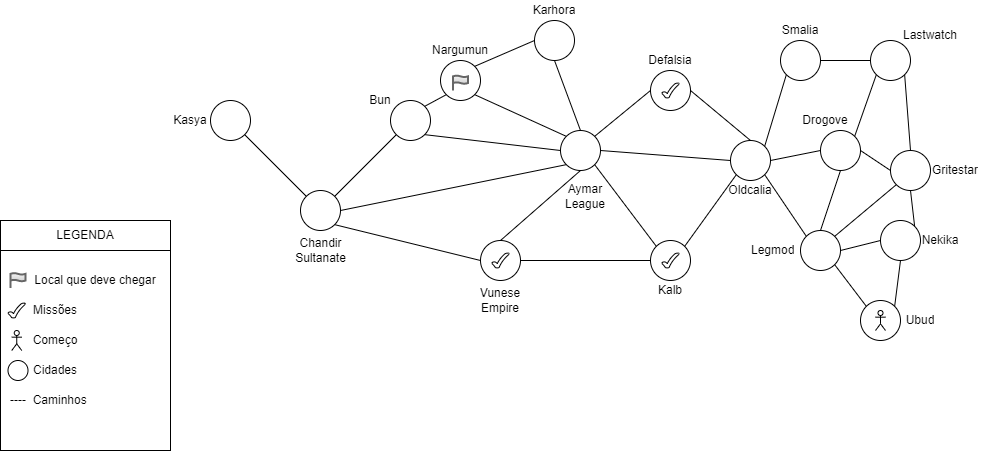
This is assets/map.png from St4ck-UnderFlow/projeto-java, a draw.io export, as it was before one commit. Source tidied: cells renumbered, new cells last; positions are measured from the earlier drawing's top-left corner, leaving out a move shared by most shapes. Source of this version:
```xml
<mxGraphModel background="#ffffff">
  <root>
    <mxCell id="0" />
    <mxCell id="1" parent="0" />
    <mxCell id="2" style="ellipse;whiteSpace=wrap;html=1;" parent="1" vertex="1">
      <mxGeometry x="210" y="100" width="40" height="40" as="geometry" />
    </mxCell>
    <mxCell id="3" style="ellipse;whiteSpace=wrap;html=1;" parent="1" vertex="1">
      <mxGeometry x="300" y="190" width="40" height="40" as="geometry" />
    </mxCell>
    <mxCell id="4" style="ellipse;whiteSpace=wrap;html=1;" parent="1" vertex="1">
      <mxGeometry x="390" y="100" width="40" height="40" as="geometry" />
    </mxCell>
    <mxCell id="5" style="ellipse;whiteSpace=wrap;html=1;" parent="1" vertex="1">
      <mxGeometry x="440" y="60" width="40" height="40" as="geometry" />
    </mxCell>
    <mxCell id="6" style="ellipse;whiteSpace=wrap;html=1;" parent="1" vertex="1">
      <mxGeometry x="534" y="20" width="40" height="40" as="geometry" />
    </mxCell>
    <mxCell id="7" style="ellipse;whiteSpace=wrap;html=1;" parent="1" vertex="1">
      <mxGeometry x="560" y="130" width="40" height="40" as="geometry" />
    </mxCell>
    <mxCell id="8" style="ellipse;whiteSpace=wrap;html=1;" parent="1" vertex="1">
      <mxGeometry x="480" y="240" width="40" height="40" as="geometry" />
    </mxCell>
    <mxCell id="9" style="ellipse;whiteSpace=wrap;html=1;" parent="1" vertex="1">
      <mxGeometry x="650" y="240" width="40" height="40" as="geometry" />
    </mxCell>
    <mxCell id="10" style="ellipse;whiteSpace=wrap;html=1;" parent="1" vertex="1">
      <mxGeometry x="650" y="70" width="40" height="40" as="geometry" />
    </mxCell>
    <mxCell id="11" style="ellipse;whiteSpace=wrap;html=1;" parent="1" vertex="1">
      <mxGeometry x="730" y="140" width="40" height="40" as="geometry" />
    </mxCell>
    <mxCell id="12" style="edgeStyle=orthogonalEdgeStyle;rounded=0;jettySize=auto;html=1;exitX=1;exitY=0.5;exitDx=0;exitDy=0;entryX=0;entryY=0.5;entryDx=0;entryDy=0;endArrow=none;endFill=0;" parent="1" edge="1" source="13" target="14">
      <mxGeometry relative="1" as="geometry" />
    </mxCell>
    <mxCell id="13" style="ellipse;whiteSpace=wrap;html=1;" parent="1" vertex="1">
      <mxGeometry x="780" y="40" width="40" height="40" as="geometry" />
    </mxCell>
    <mxCell id="14" style="ellipse;whiteSpace=wrap;html=1;" parent="1" vertex="1">
      <mxGeometry x="870" y="40" width="40" height="40" as="geometry" />
    </mxCell>
    <mxCell id="15" style="ellipse;whiteSpace=wrap;html=1;" parent="1" vertex="1">
      <mxGeometry x="820" y="130" width="40" height="40" as="geometry" />
    </mxCell>
    <mxCell id="16" style="ellipse;whiteSpace=wrap;html=1;" parent="1" vertex="1">
      <mxGeometry x="890" y="150" width="40" height="40" as="geometry" />
    </mxCell>
    <mxCell id="17" style="ellipse;whiteSpace=wrap;html=1;" parent="1" vertex="1">
      <mxGeometry x="800" y="230" width="40" height="40" as="geometry" />
    </mxCell>
    <mxCell id="18" style="ellipse;whiteSpace=wrap;html=1;" parent="1" vertex="1">
      <mxGeometry x="880" y="220" width="40" height="40" as="geometry" />
    </mxCell>
    <mxCell id="19" style="ellipse;whiteSpace=wrap;html=1;" parent="1" vertex="1">
      <mxGeometry x="860" y="300" width="40" height="40" as="geometry" />
    </mxCell>
    <object id="20" label="Kasya" name="Variable" placeholders="1">
      <mxCell style="text;html=1;strokeColor=none;fillColor=none;align=center;verticalAlign=middle;whiteSpace=wrap;overflow=hidden;" parent="1" vertex="1">
        <mxGeometry x="170" y="110" width="40" height="20" as="geometry" />
      </mxCell>
    </object>
    <object id="21" label="Chandir Sultanate" name="Variable" placeholders="1">
      <mxCell style="text;html=1;strokeColor=none;fillColor=none;align=center;verticalAlign=middle;whiteSpace=wrap;overflow=hidden;" parent="1" vertex="1">
        <mxGeometry x="292.5" y="230" width="55" height="40" as="geometry" />
      </mxCell>
    </object>
    <object id="22" label="Bun" name="Variable" placeholders="1">
      <mxCell style="text;html=1;strokeColor=none;fillColor=none;align=center;verticalAlign=middle;whiteSpace=wrap;overflow=hidden;" parent="1" vertex="1">
        <mxGeometry x="360" y="90" width="40" height="20" as="geometry" />
      </mxCell>
    </object>
    <object id="23" label="Nargumun" name="Variable" placeholders="1">
      <mxCell style="text;html=1;strokeColor=none;fillColor=none;align=center;verticalAlign=middle;whiteSpace=wrap;overflow=hidden;" parent="1" vertex="1">
        <mxGeometry x="430" y="40" width="60" height="20" as="geometry" />
      </mxCell>
    </object>
    <object id="24" label="Karhora" name="Variable" placeholders="1">
      <mxCell style="text;html=1;strokeColor=none;fillColor=none;align=center;verticalAlign=middle;whiteSpace=wrap;overflow=hidden;" parent="1" vertex="1">
        <mxGeometry x="531" width="46" height="20" as="geometry" />
      </mxCell>
    </object>
    <object id="25" label="Aymar League" name="Variable" placeholders="1">
      <mxCell style="text;html=1;strokeColor=none;fillColor=none;align=center;verticalAlign=middle;whiteSpace=wrap;overflow=hidden;" parent="1" vertex="1">
        <mxGeometry x="560" y="180" width="50" height="33" as="geometry" />
      </mxCell>
    </object>
    <object id="26" label="Defalsia" name="Variable" placeholders="1">
      <mxCell style="text;html=1;strokeColor=none;fillColor=none;align=center;verticalAlign=middle;whiteSpace=wrap;overflow=hidden;" parent="1" vertex="1">
        <mxGeometry x="645" y="50" width="50" height="20" as="geometry" />
      </mxCell>
    </object>
    <object id="27" label="Smalia" name="Variable" placeholders="1">
      <mxCell style="text;html=1;strokeColor=none;fillColor=none;align=center;verticalAlign=middle;whiteSpace=wrap;overflow=hidden;" parent="1" vertex="1">
        <mxGeometry x="780" y="20" width="40" height="20" as="geometry" />
      </mxCell>
    </object>
    <object id="28" label="Lastwatch" name="Variable" placeholders="1">
      <mxCell style="text;html=1;strokeColor=none;fillColor=none;align=center;verticalAlign=middle;whiteSpace=wrap;overflow=hidden;" parent="1" vertex="1">
        <mxGeometry x="900" y="25" width="60" height="20" as="geometry" />
      </mxCell>
    </object>
    <object id="29" label="Drogove" name="Variable" placeholders="1">
      <mxCell style="text;html=1;strokeColor=none;fillColor=none;align=center;verticalAlign=middle;whiteSpace=wrap;overflow=hidden;rotation=0;" parent="1" vertex="1">
        <mxGeometry x="800" y="110" width="50" height="20" as="geometry" />
      </mxCell>
    </object>
    <object id="30" label="Gritestar" name="Variable" placeholders="1">
      <mxCell style="text;html=1;strokeColor=none;fillColor=none;align=center;verticalAlign=middle;whiteSpace=wrap;overflow=hidden;" parent="1" vertex="1">
        <mxGeometry x="930" y="160" width="50" height="20" as="geometry" />
      </mxCell>
    </object>
    <object id="31" label="Nekika" name="Variable" placeholders="1">
      <mxCell style="text;html=1;strokeColor=none;fillColor=none;align=center;verticalAlign=middle;whiteSpace=wrap;overflow=hidden;" parent="1" vertex="1">
        <mxGeometry x="920" y="230" width="40" height="20" as="geometry" />
      </mxCell>
    </object>
    <object id="32" label="Ubud" name="Variable" placeholders="1">
      <mxCell style="text;html=1;strokeColor=none;fillColor=none;align=center;verticalAlign=middle;whiteSpace=wrap;overflow=hidden;" parent="1" vertex="1">
        <mxGeometry x="900" y="310" width="40" height="20" as="geometry" />
      </mxCell>
    </object>
    <object id="33" label="Oldcalia" name="Variable" placeholders="1">
      <mxCell style="text;html=1;strokeColor=none;fillColor=none;align=center;verticalAlign=middle;whiteSpace=wrap;overflow=hidden;" parent="1" vertex="1">
        <mxGeometry x="725" y="180" width="50" height="20" as="geometry" />
      </mxCell>
    </object>
    <object id="34" label="Legmod" name="Variable" placeholders="1">
      <mxCell style="text;html=1;strokeColor=none;fillColor=none;align=center;verticalAlign=middle;whiteSpace=wrap;overflow=hidden;" parent="1" vertex="1">
        <mxGeometry x="750" y="240" width="45" height="20" as="geometry" />
      </mxCell>
    </object>
    <object id="35" label="Kalb" name="Variable" placeholders="1">
      <mxCell style="text;html=1;strokeColor=none;fillColor=none;align=center;verticalAlign=middle;whiteSpace=wrap;overflow=hidden;" parent="1" vertex="1">
        <mxGeometry x="650" y="280" width="40" height="20" as="geometry" />
      </mxCell>
    </object>
    <object id="36" label="Vunese Empire" name="Variable" placeholders="1">
      <mxCell style="text;html=1;strokeColor=none;fillColor=none;align=center;verticalAlign=middle;whiteSpace=wrap;overflow=hidden;" parent="1" vertex="1">
        <mxGeometry x="475" y="280" width="50" height="40" as="geometry" />
      </mxCell>
    </object>
    <mxCell id="37" style="endArrow=none;html=1;rounded=0;exitX=1;exitY=1;exitDx=0;exitDy=0;endFill=0;" parent="1" edge="1" source="2" target="3">
      <mxGeometry relative="1" as="geometry" />
    </mxCell>
    <mxCell id="38" style="endArrow=none;html=1;rounded=0;exitX=1;exitY=0;exitDx=0;exitDy=0;entryX=0;entryY=1;entryDx=0;entryDy=0;endFill=0;" parent="1" edge="1" source="3" target="4">
      <mxGeometry relative="1" as="geometry" />
    </mxCell>
    <mxCell id="39" style="endArrow=none;html=1;rounded=0;exitX=1;exitY=0;exitDx=0;exitDy=0;entryX=0;entryY=1;entryDx=0;entryDy=0;endFill=0;" parent="1" edge="1" source="4" target="5">
      <mxGeometry relative="1" as="geometry" />
    </mxCell>
    <mxCell id="40" style="endArrow=none;html=1;rounded=0;exitX=1;exitY=0.5;exitDx=0;exitDy=0;entryX=0;entryY=1;entryDx=0;entryDy=0;endFill=0;" parent="1" edge="1" source="3" target="7">
      <mxGeometry relative="1" as="geometry" />
    </mxCell>
    <mxCell id="41" style="endArrow=none;html=1;rounded=0;exitX=1;exitY=1;exitDx=0;exitDy=0;entryX=0;entryY=0.5;entryDx=0;entryDy=0;endFill=0;" parent="1" edge="1" source="3" target="8">
      <mxGeometry relative="1" as="geometry" />
    </mxCell>
    <mxCell id="42" style="endArrow=none;html=1;rounded=0;exitX=1;exitY=1;exitDx=0;exitDy=0;entryX=0;entryY=0.5;entryDx=0;entryDy=0;endFill=0;" parent="1" edge="1" source="4" target="7">
      <mxGeometry relative="1" as="geometry" />
    </mxCell>
    <mxCell id="43" style="endArrow=none;html=1;rounded=0;exitX=1;exitY=0;exitDx=0;exitDy=0;entryX=0;entryY=0.5;entryDx=0;entryDy=0;endFill=0;" parent="1" edge="1" source="5" target="6">
      <mxGeometry relative="1" as="geometry" />
    </mxCell>
    <mxCell id="44" style="endArrow=none;html=1;rounded=0;exitX=1;exitY=1;exitDx=0;exitDy=0;entryX=0;entryY=0;entryDx=0;entryDy=0;endFill=0;" parent="1" edge="1" source="5" target="7">
      <mxGeometry relative="1" as="geometry" />
    </mxCell>
    <mxCell id="45" style="endArrow=none;html=1;rounded=0;exitX=0.5;exitY=1;exitDx=0;exitDy=0;entryX=0.5;entryY=0;entryDx=0;entryDy=0;endFill=0;" parent="1" edge="1" source="6" target="7">
      <mxGeometry relative="1" as="geometry" />
    </mxCell>
    <mxCell id="46" style="endArrow=none;html=1;rounded=0;exitX=0.5;exitY=0;exitDx=0;exitDy=0;endFill=0;entryX=0.5;entryY=1;entryDx=0;entryDy=0;" parent="1" edge="1" source="8" target="7">
      <mxGeometry relative="1" as="geometry" />
    </mxCell>
    <mxCell id="47" style="endArrow=none;html=1;rounded=0;exitX=1;exitY=1;exitDx=0;exitDy=0;entryX=0;entryY=0;entryDx=0;entryDy=0;endFill=0;" parent="1" edge="1" source="7" target="9">
      <mxGeometry relative="1" as="geometry" />
    </mxCell>
    <mxCell id="48" style="endArrow=none;html=1;rounded=0;exitX=1;exitY=0.5;exitDx=0;exitDy=0;entryX=0;entryY=0.5;entryDx=0;entryDy=0;endFill=0;" parent="1" edge="1" source="7" target="11">
      <mxGeometry relative="1" as="geometry" />
    </mxCell>
    <mxCell id="49" style="endArrow=none;html=1;rounded=0;exitX=1;exitY=0;exitDx=0;exitDy=0;entryX=0;entryY=0.5;entryDx=0;entryDy=0;endFill=0;" parent="1" edge="1" source="7" target="10">
      <mxGeometry relative="1" as="geometry" />
    </mxCell>
    <mxCell id="50" style="endArrow=none;html=1;rounded=0;exitX=0.5;exitY=0;exitDx=0;exitDy=0;entryX=1;entryY=0.5;entryDx=0;entryDy=0;endFill=0;" parent="1" edge="1" source="11" target="10">
      <mxGeometry relative="1" as="geometry" />
    </mxCell>
    <mxCell id="51" style="endArrow=none;html=1;rounded=0;exitX=1;exitY=0;exitDx=0;exitDy=0;entryX=0;entryY=1;entryDx=0;entryDy=0;endFill=0;" parent="1" edge="1" source="9" target="11">
      <mxGeometry relative="1" as="geometry" />
    </mxCell>
    <mxCell id="52" style="endArrow=none;html=1;rounded=0;exitX=0;exitY=0;exitDx=0;exitDy=0;entryX=1;entryY=1;entryDx=0;entryDy=0;endFill=0;" parent="1" edge="1" source="17" target="11">
      <mxGeometry relative="1" as="geometry" />
    </mxCell>
    <mxCell id="53" style="endArrow=none;html=1;rounded=0;exitX=0;exitY=0.5;exitDx=0;exitDy=0;entryX=1;entryY=0.5;entryDx=0;entryDy=0;endFill=0;" parent="1" edge="1" source="15" target="11">
      <mxGeometry relative="1" as="geometry" />
    </mxCell>
    <mxCell id="54" style="endArrow=none;html=1;rounded=0;exitX=0;exitY=1;exitDx=0;exitDy=0;entryX=1;entryY=0;entryDx=0;entryDy=0;endFill=0;" parent="1" edge="1" source="13" target="11">
      <mxGeometry relative="1" as="geometry" />
    </mxCell>
    <mxCell id="55" style="endArrow=none;html=1;rounded=0;exitX=0;exitY=1;exitDx=0;exitDy=0;entryX=1;entryY=0;entryDx=0;entryDy=0;endFill=0;" parent="1" edge="1" source="14" target="15">
      <mxGeometry relative="1" as="geometry" />
    </mxCell>
    <mxCell id="56" style="endArrow=none;html=1;rounded=0;exitX=0;exitY=0.5;exitDx=0;exitDy=0;entryX=1;entryY=0.5;entryDx=0;entryDy=0;endFill=0;" parent="1" edge="1" source="16" target="15">
      <mxGeometry relative="1" as="geometry" />
    </mxCell>
    <mxCell id="57" style="endArrow=none;html=1;rounded=0;exitX=0.5;exitY=0;exitDx=0;exitDy=0;entryX=0.5;entryY=1;entryDx=0;entryDy=0;endFill=0;" parent="1" edge="1" source="17" target="15">
      <mxGeometry relative="1" as="geometry" />
    </mxCell>
    <mxCell id="58" style="endArrow=none;html=1;rounded=0;exitX=0.5;exitY=0;exitDx=0;exitDy=0;entryX=1;entryY=1;entryDx=0;entryDy=0;endFill=0;" parent="1" edge="1" source="16" target="14">
      <mxGeometry relative="1" as="geometry" />
    </mxCell>
    <mxCell id="59" style="endArrow=none;html=1;rounded=0;exitX=0;exitY=1;exitDx=0;exitDy=0;entryX=1;entryY=0;entryDx=0;entryDy=0;endFill=0;" parent="1" edge="1" source="16" target="17">
      <mxGeometry relative="1" as="geometry" />
    </mxCell>
    <mxCell id="60" style="endArrow=none;html=1;rounded=0;exitX=0.5;exitY=1;exitDx=0;exitDy=0;entryX=1;entryY=0;entryDx=0;entryDy=0;endFill=0;" parent="1" edge="1" source="16" target="18">
      <mxGeometry relative="1" as="geometry" />
    </mxCell>
    <mxCell id="61" style="endArrow=none;html=1;rounded=0;exitX=1;exitY=0;exitDx=0;exitDy=0;entryX=0.5;entryY=1;entryDx=0;entryDy=0;endFill=0;" parent="1" edge="1" source="19" target="18">
      <mxGeometry relative="1" as="geometry" />
    </mxCell>
    <mxCell id="62" style="endArrow=none;html=1;rounded=0;exitX=0;exitY=0;exitDx=0;exitDy=0;entryX=1;entryY=1;entryDx=0;entryDy=0;endFill=0;" parent="1" edge="1" source="19" target="17">
      <mxGeometry relative="1" as="geometry" />
    </mxCell>
    <mxCell id="63" style="endArrow=none;html=1;rounded=0;exitX=0;exitY=0.5;exitDx=0;exitDy=0;entryX=1;entryY=0.5;entryDx=0;entryDy=0;endFill=0;" parent="1" edge="1" source="18" target="17">
      <mxGeometry relative="1" as="geometry" />
    </mxCell>
    <mxCell id="64" style="endArrow=none;html=1;rounded=0;exitX=1;exitY=0.5;exitDx=0;exitDy=0;entryX=0;entryY=0.5;entryDx=0;entryDy=0;endFill=0;" parent="1" edge="1" source="8" target="9">
      <mxGeometry relative="1" as="geometry" />
    </mxCell>
    <mxCell id="65" style="html=1;verticalLabelPosition=bottom;align=center;labelBackgroundColor=#ffffff;verticalAlign=top;strokeWidth=2;strokeColor=#666666;shadow=0;dashed=0;shape=mxgraph.ios7.icons.flag;fillColor=#f5f5f5;gradientColor=#b3b3b3;" parent="1" vertex="1">
      <mxGeometry x="452.5" y="75" width="15" height="15" as="geometry" />
    </mxCell>
    <mxCell id="66" style="rounded=0;whiteSpace=wrap;html=1;" parent="1" vertex="1">
      <mxGeometry y="230" width="170" height="220" as="geometry" />
    </mxCell>
    <mxCell id="67" value="LEGENDA" style="rounded=0;whiteSpace=wrap;html=1;" parent="1" vertex="1">
      <mxGeometry y="220" width="170" height="30" as="geometry" />
    </mxCell>
    <mxCell id="68" style="html=1;verticalLabelPosition=bottom;align=center;labelBackgroundColor=#ffffff;verticalAlign=top;strokeWidth=2;strokeColor=#666666;shadow=0;dashed=0;shape=mxgraph.ios7.icons.flag;fillColor=#f5f5f5;gradientColor=#b3b3b3;" parent="1" vertex="1">
      <mxGeometry x="10" y="272.5" width="15" height="15" as="geometry" />
    </mxCell>
    <mxCell id="69" value="Local que deve chegar" style="text;html=1;strokeColor=none;fillColor=none;align=center;verticalAlign=middle;whiteSpace=wrap;rounded=0;" parent="1" vertex="1">
      <mxGeometry x="30" y="265" width="130" height="30" as="geometry" />
    </mxCell>
    <mxCell id="70" style="verticalLabelPosition=bottom;verticalAlign=top;html=1;shape=mxgraph.basic.tick;" parent="1" vertex="1">
      <mxGeometry x="491.2" y="252.5" width="17.5" height="15" as="geometry" />
    </mxCell>
    <mxCell id="71" style="verticalLabelPosition=bottom;verticalAlign=top;html=1;shape=mxgraph.basic.tick;" parent="1" vertex="1">
      <mxGeometry x="661.2" y="252.5" width="17.5" height="15" as="geometry" />
    </mxCell>
    <mxCell id="72" style="verticalLabelPosition=bottom;verticalAlign=top;html=1;shape=mxgraph.basic.tick;" parent="1" vertex="1">
      <mxGeometry x="661.2" y="82.5" width="17.5" height="15" as="geometry" />
    </mxCell>
    <mxCell id="73" style="verticalLabelPosition=bottom;verticalAlign=top;html=1;shape=mxgraph.basic.tick;" parent="1" vertex="1">
      <mxGeometry x="7.5" y="302.5" width="17.5" height="15" as="geometry" />
    </mxCell>
    <mxCell id="74" value="Missões" style="text;html=1;strokeColor=none;fillColor=none;align=center;verticalAlign=middle;whiteSpace=wrap;rounded=0;" parent="1" vertex="1">
      <mxGeometry x="30" y="295" width="50" height="30" as="geometry" />
    </mxCell>
    <mxCell id="75" style="shape=umlActor;verticalLabelPosition=bottom;verticalAlign=top;html=1;" parent="1" vertex="1">
      <mxGeometry x="875" y="310" width="10" height="20" as="geometry" />
    </mxCell>
    <mxCell id="76" style="shape=umlActor;verticalLabelPosition=bottom;verticalAlign=top;html=1;" parent="1" vertex="1">
      <mxGeometry x="11.2" y="330" width="10" height="20" as="geometry" />
    </mxCell>
    <mxCell id="77" value="Começo" style="text;html=1;strokeColor=none;fillColor=none;align=center;verticalAlign=middle;whiteSpace=wrap;rounded=0;" parent="1" vertex="1">
      <mxGeometry x="30" y="325" width="50" height="30" as="geometry" />
    </mxCell>
    <mxCell id="78" style="ellipse;whiteSpace=wrap;html=1;" parent="1" vertex="1">
      <mxGeometry x="7.5" y="360" width="20" height="20" as="geometry" />
    </mxCell>
    <mxCell id="79" value="Cidades" style="text;html=1;strokeColor=none;fillColor=none;align=center;verticalAlign=middle;whiteSpace=wrap;rounded=0;" parent="1" vertex="1">
      <mxGeometry x="30" y="355" width="50" height="30" as="geometry" />
    </mxCell>
    <mxCell id="80" value="----&amp;nbsp; Caminhos" style="text;html=1;strokeColor=none;fillColor=none;align=left;verticalAlign=middle;whiteSpace=wrap;rounded=0;" parent="1" vertex="1">
      <mxGeometry x="7.5" y="385" width="82.5" height="30" as="geometry" />
    </mxCell>
  </root>
</mxGraphModel>
```
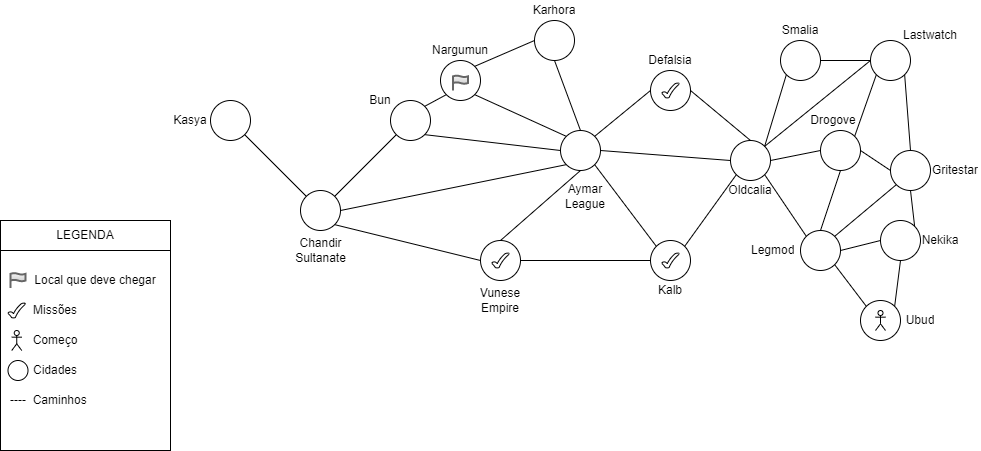
The same file after the commit.

The edit, as a diff of the source:
```diff
@@ -103,7 +103,7 @@
     </object>
     <object id="29" label="Drogove" name="Variable" placeholders="1">
       <mxCell style="text;html=1;strokeColor=none;fillColor=none;align=center;verticalAlign=middle;whiteSpace=wrap;overflow=hidden;rotation=0;" parent="1" vertex="1">
-        <mxGeometry x="800" y="110" width="50" height="20" as="geometry" />
+        <mxGeometry x="808" y="110" width="50" height="20" as="geometry" />
       </mxCell>
     </object>
     <object id="30" label="Gritestar" name="Variable" placeholders="1">
@@ -273,5 +273,8 @@
     <mxCell id="80" value="----&amp;nbsp; Caminhos" style="text;html=1;strokeColor=none;fillColor=none;align=left;verticalAlign=middle;whiteSpace=wrap;rounded=0;" parent="1" vertex="1">
       <mxGeometry x="7.5" y="385" width="82.5" height="30" as="geometry" />
     </mxCell>
+    <mxCell id="81" style="endArrow=none;html=1;rounded=0;entryX=1;entryY=0;entryDx=0;entryDy=0;exitX=0;exitY=0.5;exitDx=0;exitDy=0;" parent="1" edge="1" source="14" target="11">
+      <mxGeometry relative="1" as="geometry" />
+    </mxCell>
   </root>
 </mxGraphModel>
```
